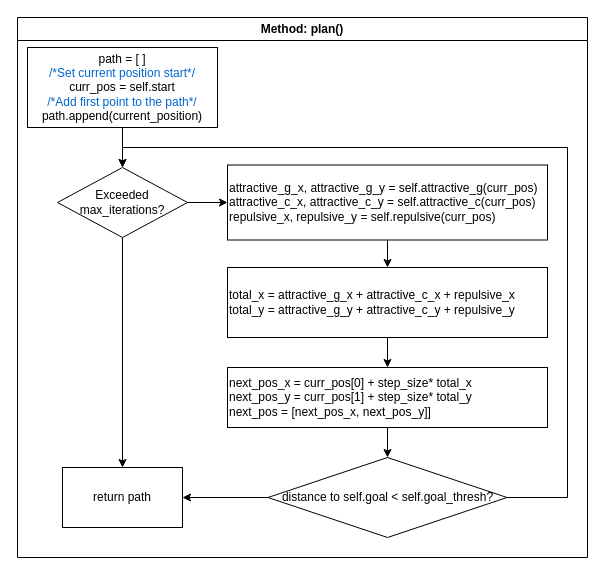
Earlier version of the draw.io diagram page "plan()" (1 of 4) of documentation_images/planner.drawio (danielglemminge/ur3_project). Source tidied: cells renumbered, new cells numbered last; positions are measured from the earlier drawing's top-left corner, leaving out a move shared by most shapes. Both pictures are drawn from the tidied source at 100%, with x=0, y=0 at pixel (17, 17).
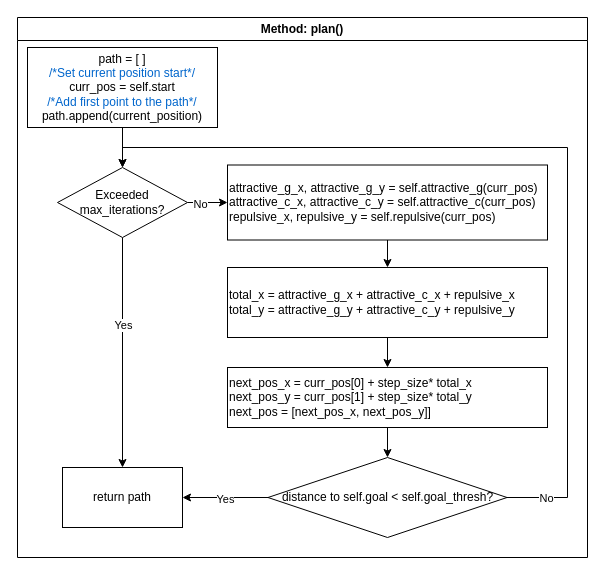
The same diagram, later.

The change refers to these unchanged cells:
```xml
<mxCell id="5" style="edgeStyle=orthogonalEdgeStyle;rounded=0;jettySize=auto;html=1;entryX=0.5;entryY=0;entryDx=0;entryDy=0;exitX=0.5;exitY=1;exitDx=0;exitDy=0;" parent="2" edge="1" source="7" target="8">
  <mxGeometry relative="1" as="geometry" />
</mxCell>
<mxCell id="6" style="edgeStyle=orthogonalEdgeStyle;rounded=0;jettySize=auto;html=1;" parent="2" edge="1" source="7" target="9">
  <mxGeometry relative="1" as="geometry" />
</mxCell>
<mxCell id="15" style="edgeStyle=orthogonalEdgeStyle;rounded=0;jettySize=auto;html=1;" parent="2" edge="1" source="17" target="8">
  <mxGeometry relative="1" as="geometry" />
</mxCell>
<mxCell id="16" style="edgeStyle=orthogonalEdgeStyle;rounded=0;jettySize=auto;html=1;entryX=0.5;entryY=0;entryDx=0;entryDy=0;" parent="2" edge="1" source="17" target="7">
  <mxGeometry relative="1" as="geometry">
    <Array as="points">
      <mxPoint x="550" y="480" />
      <mxPoint x="550" y="130" />
      <mxPoint x="105" y="130" />
    </Array>
  </mxGeometry>
</mxCell>
```

Diff of the diagram source:
```diff
@@
+    <mxCell id="18" value="Yes" style="edgeLabel;html=1;align=center;verticalAlign=middle;" parent="5" vertex="1">
+      <mxGeometry x="-0.24" y="3" relative="1" as="geometry">
+        <mxPoint x="-3" as="offset" />
+      </mxGeometry>
+    </mxCell>
@@
+    <mxCell id="19" value="No" style="edgeLabel;html=1;align=center;verticalAlign=middle;" parent="6" vertex="1">
+      <mxGeometry x="-0.4" y="-1" relative="1" as="geometry" />
+    </mxCell>
@@
+    <mxCell id="20" value="Yes" style="edgeLabel;html=1;align=center;verticalAlign=middle;" parent="15" vertex="1">
+      <mxGeometry x="0.01" y="1" relative="1" as="geometry" />
+    </mxCell>
@@
+    <mxCell id="21" value="No" style="edgeLabel;html=1;align=center;verticalAlign=middle;" parent="16" vertex="1">
+      <mxGeometry x="-0.91" relative="1" as="geometry" />
+    </mxCell>
```
